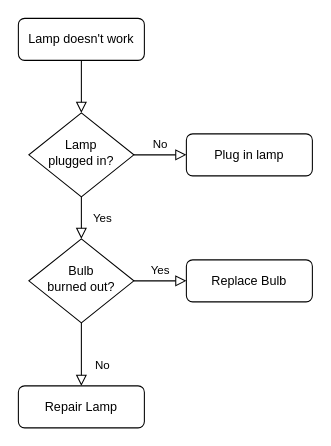
This is Untitled Diagram.drawio from Delmainn/Delmainn, a draw.io file, before an edit. Source tidied: cells renumbered, new cells numbered last; positions are measured from the earlier drawing's top-left corner, leaving out a move shared by most shapes. Both pictures are drawn from the tidied source at 105%, with x=0, y=0 at pixel (18, 18).
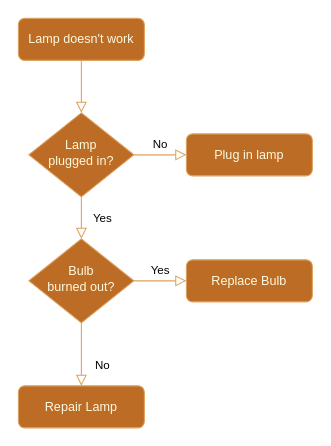
The same page after the edit.

What changed in the source:
```diff
@@
 <mxGraphModel>
   <root>
     <mxCell id="0" />
     <mxCell id="1" parent="0" />
-    <mxCell id="2" style="rounded=0;html=1;jettySize=auto;fontSize=11;endArrow=block;endFill=0;endSize=8;strokeWidth=1;shadow=0;labelBackgroundColor=none;edgeStyle=orthogonalEdgeStyle;" parent="1" edge="1" source="3" target="6">
+    <mxCell id="2" style="rounded=0;html=1;jettySize=auto;fontSize=11;endArrow=block;endFill=0;endSize=8;strokeWidth=1;shadow=0;labelBackgroundColor=none;edgeStyle=orthogonalEdgeStyle;strokeColor=#DDA15E;fontColor=default;" parent="1" edge="1" source="3" target="6">
       <mxGeometry relative="1" as="geometry" />
     </mxCell>
-    <mxCell id="3" value="Lamp doesn't work" style="rounded=1;whiteSpace=wrap;html=1;fontSize=12;glass=0;strokeWidth=1;shadow=0;" parent="1" vertex="1">
+    <mxCell id="3" value="Lamp doesn't work" style="rounded=1;whiteSpace=wrap;html=1;fontSize=12;glass=0;strokeWidth=1;shadow=0;labelBackgroundColor=none;fillColor=#BC6C25;strokeColor=#DDA15E;fontColor=#FEFAE0;" parent="1" vertex="1">
       <mxGeometry width="120" height="40" as="geometry" />
     </mxCell>
-    <mxCell id="4" value="Yes" style="rounded=0;html=1;jettySize=auto;fontSize=11;endArrow=block;endFill=0;endSize=8;strokeWidth=1;shadow=0;labelBackgroundColor=none;edgeStyle=orthogonalEdgeStyle;" parent="1" edge="1" source="6" target="10">
+    <mxCell id="4" value="Yes" style="rounded=0;html=1;jettySize=auto;fontSize=11;endArrow=block;endFill=0;endSize=8;strokeWidth=1;shadow=0;labelBackgroundColor=none;edgeStyle=orthogonalEdgeStyle;strokeColor=#DDA15E;fontColor=default;" parent="1" edge="1" source="6" target="10">
       <mxGeometry y="20" relative="1" as="geometry" />
     </mxCell>
-    <mxCell id="5" value="No" style="edgeStyle=orthogonalEdgeStyle;rounded=0;html=1;jettySize=auto;fontSize=11;endArrow=block;endFill=0;endSize=8;strokeWidth=1;shadow=0;labelBackgroundColor=none;" parent="1" edge="1" source="6" target="7">
+    <mxCell id="5" value="No" style="edgeStyle=orthogonalEdgeStyle;rounded=0;html=1;jettySize=auto;fontSize=11;endArrow=block;endFill=0;endSize=8;strokeWidth=1;shadow=0;labelBackgroundColor=none;strokeColor=#DDA15E;fontColor=default;" parent="1" edge="1" source="6" target="7">
       <mxGeometry y="10" relative="1" as="geometry" />
     </mxCell>
-    <mxCell id="6" value="Lamp&lt;br&gt;plugged in?" style="rhombus;whiteSpace=wrap;html=1;shadow=0;fontFamily=Helvetica;fontSize=12;align=center;strokeWidth=1;spacing=6;spacingTop=-4;" parent="1" vertex="1">
+    <mxCell id="6" value="Lamp&lt;br&gt;plugged in?" style="rhombus;whiteSpace=wrap;html=1;shadow=0;fontFamily=Helvetica;fontSize=12;align=center;strokeWidth=1;spacing=6;spacingTop=-4;labelBackgroundColor=none;fillColor=#BC6C25;strokeColor=#DDA15E;fontColor=#FEFAE0;" parent="1" vertex="1">
       <mxGeometry x="10" y="90" width="100" height="80" as="geometry" />
     </mxCell>
-    <mxCell id="7" value="Plug in lamp" style="rounded=1;whiteSpace=wrap;html=1;fontSize=12;glass=0;strokeWidth=1;shadow=0;" parent="1" vertex="1">
+    <mxCell id="7" value="Plug in lamp" style="rounded=1;whiteSpace=wrap;html=1;fontSize=12;glass=0;strokeWidth=1;shadow=0;labelBackgroundColor=none;fillColor=#BC6C25;strokeColor=#DDA15E;fontColor=#FEFAE0;" parent="1" vertex="1">
       <mxGeometry x="160" y="110" width="120" height="40" as="geometry" />
     </mxCell>
-    <mxCell id="8" value="No" style="rounded=0;html=1;jettySize=auto;fontSize=11;endArrow=block;endFill=0;endSize=8;strokeWidth=1;shadow=0;labelBackgroundColor=none;edgeStyle=orthogonalEdgeStyle;" parent="1" edge="1" source="10" target="11">
+    <mxCell id="8" value="No" style="rounded=0;html=1;jettySize=auto;fontSize=11;endArrow=block;endFill=0;endSize=8;strokeWidth=1;shadow=0;labelBackgroundColor=none;edgeStyle=orthogonalEdgeStyle;strokeColor=#DDA15E;fontColor=default;" parent="1" edge="1" source="10" target="11">
       <mxGeometry x="0.33" y="20" relative="1" as="geometry" />
     </mxCell>
-    <mxCell id="9" value="Yes" style="edgeStyle=orthogonalEdgeStyle;rounded=0;html=1;jettySize=auto;fontSize=11;endArrow=block;endFill=0;endSize=8;strokeWidth=1;shadow=0;labelBackgroundColor=none;" parent="1" edge="1" source="10" target="12">
+    <mxCell id="9" value="Yes" style="edgeStyle=orthogonalEdgeStyle;rounded=0;html=1;jettySize=auto;fontSize=11;endArrow=block;endFill=0;endSize=8;strokeWidth=1;shadow=0;labelBackgroundColor=none;strokeColor=#DDA15E;fontColor=default;" parent="1" edge="1" source="10" target="12">
       <mxGeometry y="10" relative="1" as="geometry" />
     </mxCell>
-    <mxCell id="10" value="Bulb&lt;br&gt;burned out?" style="rhombus;whiteSpace=wrap;html=1;shadow=0;fontFamily=Helvetica;fontSize=12;align=center;strokeWidth=1;spacing=6;spacingTop=-4;" parent="1" vertex="1">
+    <mxCell id="10" value="Bulb&lt;br&gt;burned out?" style="rhombus;whiteSpace=wrap;html=1;shadow=0;fontFamily=Helvetica;fontSize=12;align=center;strokeWidth=1;spacing=6;spacingTop=-4;labelBackgroundColor=none;fillColor=#BC6C25;strokeColor=#DDA15E;fontColor=#FEFAE0;" parent="1" vertex="1">
       <mxGeometry x="10" y="210" width="100" height="80" as="geometry" />
     </mxCell>
-    <mxCell id="11" value="Repair Lamp" style="rounded=1;whiteSpace=wrap;html=1;fontSize=12;glass=0;strokeWidth=1;shadow=0;" parent="1" vertex="1">
+    <mxCell id="11" value="Repair Lamp" style="rounded=1;whiteSpace=wrap;html=1;fontSize=12;glass=0;strokeWidth=1;shadow=0;labelBackgroundColor=none;fillColor=#BC6C25;strokeColor=#DDA15E;fontColor=#FEFAE0;" parent="1" vertex="1">
       <mxGeometry y="350" width="120" height="40" as="geometry" />
     </mxCell>
-    <mxCell id="12" value="Replace Bulb" style="rounded=1;whiteSpace=wrap;html=1;fontSize=12;glass=0;strokeWidth=1;shadow=0;" parent="1" vertex="1">
+    <mxCell id="12" value="Replace Bulb" style="rounded=1;whiteSpace=wrap;html=1;fontSize=12;glass=0;strokeWidth=1;shadow=0;labelBackgroundColor=none;fillColor=#BC6C25;strokeColor=#DDA15E;fontColor=#FEFAE0;" parent="1" vertex="1">
       <mxGeometry x="160" y="230" width="120" height="40" as="geometry" />
     </mxCell>
   </root>
 </mxGraphModel>
```
